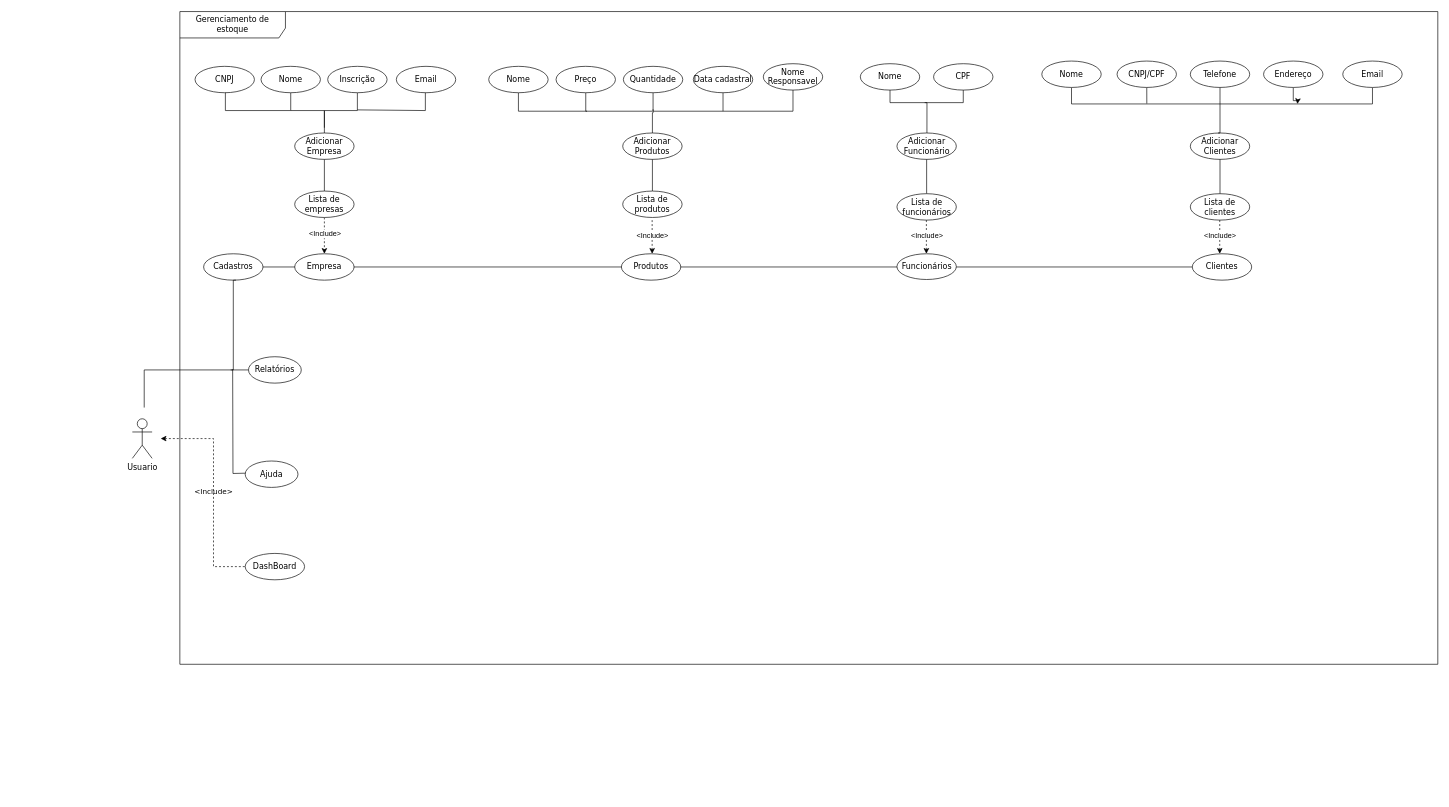
Tenpo0000/Sistema-Gerenciador-de-estoque keeps this draw.io diagram as Esboço funcional do sistema.drawio. Above is the earlier version. Source tidied: cells renumbered, new cells numbered last; positions are measured from the earlier drawing's top-left corner, leaving out a move shared by most shapes. Both pictures are drawn from the tidied source at 66%, with x=0, y=0 at pixel (132, 11).
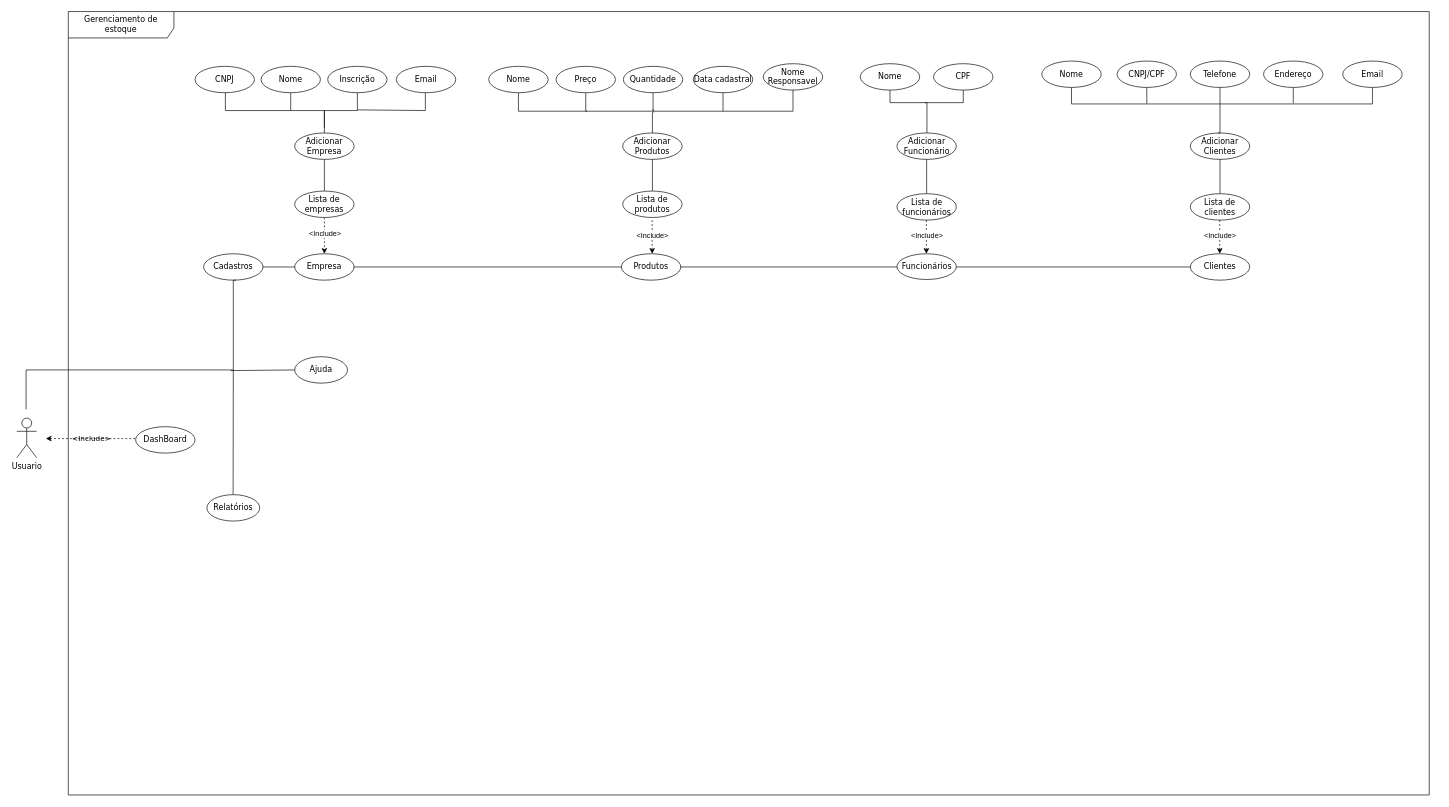
Above is the later version.

The change refers to these unchanged cells:
```xml
<mxCell id="42" value="Endereço" style="ellipse;whiteSpace=wrap;html=1;hachureGap=4;fontFamily=Verdana;labelBackgroundColor=none;" parent="1" vertex="1">
  <mxGeometry x="1714" y="75" width="90" height="40" as="geometry" />
</mxCell>
```

Diff of the diagram source:
```diff
@@
     <mxCell id="2" value="Gerenciamento de estoque" style="shape=umlFrame;whiteSpace=wrap;html=1;hachureGap=4;fontFamily=Verdana;width=160;height=40;labelBackgroundColor=none;" parent="1" vertex="1">
-      <mxGeometry x="72" width="1906" height="989" as="geometry" />
+      <mxGeometry x="-97" width="2062" height="1187" as="geometry" />
     </mxCell>
-    <mxCell id="3" value="&amp;lt;Include&amp;gt;" style="edgeStyle=orthogonalEdgeStyle;rounded=0;hachureGap=4;jettySize=auto;html=1;entryX=0;entryY=0.5;entryDx=0;entryDy=0;fontFamily=Verdana;endArrow=none;endFill=0;dashed=1;labelBackgroundColor=none;fontColor=default;startArrow=classic;startFill=1;" parent="1" edge="1" target="5">
-      <mxGeometry relative="1" as="geometry">
-        <mxPoint x="43" y="647" as="sourcePoint" />
-        <Array as="points">
-          <mxPoint x="123" y="647" />
-          <mxPoint x="123" y="841" />
-        </Array>
-      </mxGeometry>
-    </mxCell>
     <mxCell id="4" value="Usuario&lt;div&gt;&lt;br&gt;&lt;/div&gt;" style="shape=umlActor;verticalLabelPosition=bottom;verticalAlign=top;html=1;hachureGap=4;fontFamily=Verdana;labelBackgroundColor=none;" parent="1" vertex="1">
-      <mxGeometry y="617" width="30" height="60" as="geometry" />
+      <mxGeometry x="-175" y="616" width="30" height="60" as="geometry" />
     </mxCell>
     <mxCell id="5" value="DashBoard" style="ellipse;whiteSpace=wrap;html=1;hachureGap=4;fontFamily=Verdana;labelBackgroundColor=none;" parent="1" vertex="1">
-      <mxGeometry x="171" y="821" width="90" height="40" as="geometry" />
+      <mxGeometry x="5" y="629" width="90" height="40" as="geometry" />
     </mxCell>
-    <mxCell id="6" style="edgeStyle=orthogonalEdgeStyle;rounded=0;jettySize=auto;html=1;exitX=0;exitY=0.5;exitDx=0;exitDy=0;endArrow=none;endFill=0;" parent="1" edge="1" source="7">
+    <mxCell id="6" style="edgeStyle=orthogonalEdgeStyle;rounded=0;orthogonalLoop=1;jettySize=auto;html=1;endArrow=none;endFill=0;" parent="1" edge="1">
       <mxGeometry relative="1" as="geometry">
-        <mxPoint x="149" y="543" as="targetPoint" />
+        <mxPoint x="248" y="543" as="sourcePoint" />
+        <mxPoint x="149" y="544" as="targetPoint" />
+        <Array as="points">
+          <mxPoint x="251" y="543" />
+          <mxPoint x="149" y="543" />
+        </Array>
       </mxGeometry>
     </mxCell>
-    <mxCell id="7" value="Relatórios" style="ellipse;whiteSpace=wrap;html=1;hachureGap=4;fontFamily=Verdana;labelBackgroundColor=none;" parent="1" vertex="1">
-      <mxGeometry x="176" y="523" width="80" height="40" as="geometry" />
-    </mxCell>
@@
-    <mxCell id="10" style="edgeStyle=orthogonalEdgeStyle;rounded=0;orthogonalLoop=1;jettySize=auto;html=1;exitX=0;exitY=0.5;exitDx=0;exitDy=0;endArrow=none;endFill=0;" parent="1" edge="1">
+    <mxCell id="10" style="edgeStyle=orthogonalEdgeStyle;rounded=0;orthogonalLoop=1;jettySize=auto;html=1;endArrow=none;endFill=0;" parent="1" edge="1">
       <mxGeometry relative="1" as="geometry">
-        <mxPoint x="174" y="699.4" as="sourcePoint" />
-        <mxPoint x="152" y="542" as="targetPoint" />
+        <mxPoint x="152.7" y="732" as="sourcePoint" />
+        <mxPoint x="153" y="543" as="targetPoint" />
+        <Array as="points">
+          <mxPoint x="153.2" y="732" />
+        </Array>
       </mxGeometry>
     </mxCell>
     <mxCell id="11" value="Ajuda" style="ellipse;whiteSpace=wrap;html=1;hachureGap=4;fontFamily=Verdana;labelBackgroundColor=none;" parent="1" vertex="1">
-      <mxGeometry x="171" y="681" width="80" height="40" as="geometry" />
+      <mxGeometry x="246" y="523" width="80" height="40" as="geometry" />
     </mxCell>
     <mxCell id="12" value="&lt;pre&gt;&lt;br&gt;&lt;/pre&gt;" style="edgeStyle=orthogonalEdgeStyle;rounded=0;hachureGap=4;orthogonalLoop=1;jettySize=auto;html=1;fontFamily=Verdana;startArrow=none;startFill=0;endArrow=none;endFill=0;fontColor=default;labelBackgroundColor=none;exitX=0.5;exitY=1;exitDx=0;exitDy=0;" parent="1" edge="1">
       <mxGeometry x="-0.44" y="91" relative="1" as="geometry">
         <mxPoint x="157" y="407" as="sourcePoint" />
-        <mxPoint x="18" y="600" as="targetPoint" />
+        <mxPoint x="-161" y="603" as="targetPoint" />
         <Array as="points">
           <mxPoint x="153" y="407" />
           <mxPoint x="153" y="543" />
-          <mxPoint x="18" y="543" />
+          <mxPoint x="-161" y="543" />
         </Array>
       </mxGeometry>
     </mxCell>
@@
-    <mxCell id="41" style="edgeStyle=orthogonalEdgeStyle;rounded=0;jettySize=auto;html=1;" parent="1" edge="1" source="42">
+    <mxCell id="41" style="edgeStyle=orthogonalEdgeStyle;rounded=0;jettySize=auto;html=1;endArrow=none;endFill=0;" parent="1" edge="1" source="42">
       <mxGeometry relative="1" as="geometry">
-        <mxPoint x="1765.3" y="140" as="targetPoint" />
+        <mxPoint x="1759" y="139" as="targetPoint" />
+        <Array as="points">
+          <mxPoint x="1759" y="140" />
+        </Array>
       </mxGeometry>
     </mxCell>
@@
     <mxCell id="51" value="Clientes" style="ellipse;whiteSpace=wrap;html=1;hachureGap=4;fontFamily=Verdana;labelBackgroundColor=none;" parent="1" vertex="1">
-      <mxGeometry x="1606" y="367" width="90" height="40" as="geometry" />
+      <mxGeometry x="1603" y="367" width="90" height="40" as="geometry" />
     </mxCell>
@@
+    <mxCell id="7" value="Relatórios" style="ellipse;whiteSpace=wrap;html=1;hachureGap=4;fontFamily=Verdana;labelBackgroundColor=none;" parent="1" vertex="1">
+      <mxGeometry x="113" y="732" width="80" height="40" as="geometry" />
+    </mxCell>
+    <mxCell id="3" value="&amp;lt;Include&amp;gt;" style="edgeStyle=orthogonalEdgeStyle;rounded=0;hachureGap=4;jettySize=auto;html=1;entryX=0;entryY=0.5;entryDx=0;entryDy=0;fontFamily=Verdana;endArrow=none;endFill=0;dashed=1;labelBackgroundColor=none;fontColor=default;startArrow=classic;startFill=1;" parent="1" edge="1" target="5">
+      <mxGeometry relative="1" as="geometry">
+        <mxPoint x="-131" y="647" as="sourcePoint" />
+        <Array as="points">
+          <mxPoint x="5" y="647" />
+        </Array>
+      </mxGeometry>
+    </mxCell>
```
